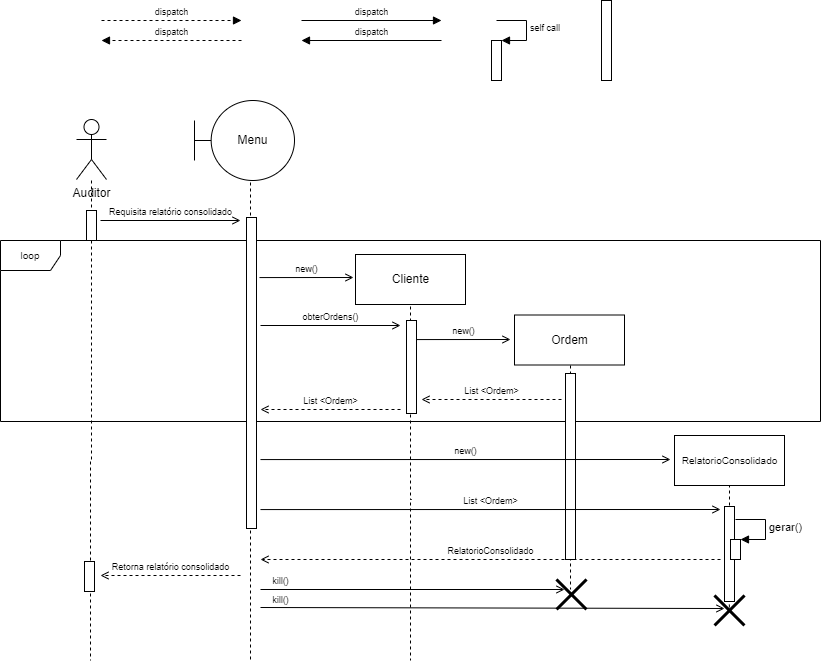
The draw.io diagram MarketDiagramasDeSequencia/MarketSequencia07.drawio.png in EijiDogen/FEI_MDSMarket, before a commit. Source tidied: cells renumbered, new cells last; positions are measured from the earlier drawing's top-left corner, leaving out a move shared by most shapes. Its diagram source:
```xml
<mxGraphModel>
  <root>
    <mxCell id="0" />
    <mxCell id="1" value="Frames" parent="0" />
    <mxCell id="2" value="loop" style="shape=umlFrame;whiteSpace=wrap;html=1;fontSize=10;" parent="1" vertex="1">
      <mxGeometry y="240" width="820" height="181" as="geometry" />
    </mxCell>
    <mxCell id="3" value="Lifeline" parent="0" />
    <mxCell id="4" style="edgeStyle=orthogonalEdgeStyle;rounded=0;orthogonalLoop=1;jettySize=auto;html=1;dashed=1;endArrow=none;endFill=0;" parent="3" edge="1">
      <mxGeometry relative="1" as="geometry">
        <mxPoint x="91" y="180" as="sourcePoint" />
        <mxPoint x="90" y="660" as="targetPoint" />
        <Array as="points">
          <mxPoint x="91" y="460" />
        </Array>
      </mxGeometry>
    </mxCell>
    <mxCell id="5" style="edgeStyle=orthogonalEdgeStyle;rounded=0;orthogonalLoop=1;jettySize=auto;html=1;dashed=1;endArrow=none;endFill=0;anchorPointDirection=1;" parent="3" edge="1">
      <mxGeometry relative="1" as="geometry">
        <mxPoint x="410" y="300" as="sourcePoint" />
        <mxPoint x="410" y="660" as="targetPoint" />
        <Array as="points">
          <mxPoint x="411" y="499" />
          <mxPoint x="411" y="499" />
        </Array>
      </mxGeometry>
    </mxCell>
    <mxCell id="6" style="edgeStyle=orthogonalEdgeStyle;rounded=0;jettySize=auto;html=1;dashed=1;endArrow=none;endFill=0;entryX=0.467;entryY=0.333;entryDx=0;entryDy=0;entryPerimeter=0;" parent="3" edge="1" target="40">
      <mxGeometry relative="1" as="geometry">
        <mxPoint x="570" y="359" as="sourcePoint" />
      </mxGeometry>
    </mxCell>
    <mxCell id="7" value="Cliente" style="html=1;" parent="3" vertex="1">
      <mxGeometry x="355" y="254" width="110" height="50" as="geometry" />
    </mxCell>
    <mxCell id="8" value="Auditor" style="shape=umlActor;verticalLabelPosition=bottom;verticalAlign=top;html=1;" parent="3" vertex="1">
      <mxGeometry x="76" y="119" width="30" height="60" as="geometry" />
    </mxCell>
    <mxCell id="9" style="edgeStyle=orthogonalEdgeStyle;rounded=0;orthogonalLoop=1;jettySize=auto;html=1;endArrow=none;endFill=0;dashed=1;" parent="3" edge="1">
      <mxGeometry relative="1" as="geometry">
        <mxPoint x="250" y="170" as="sourcePoint" />
        <mxPoint x="250" y="660" as="targetPoint" />
        <Array as="points">
          <mxPoint x="250" y="450" />
        </Array>
      </mxGeometry>
    </mxCell>
    <mxCell id="10" value="Ordem" style="html=1;" parent="3" vertex="1">
      <mxGeometry x="514" y="314.5" width="110" height="50" as="geometry" />
    </mxCell>
    <mxCell id="11" style="edgeStyle=orthogonalEdgeStyle;rounded=0;jettySize=auto;html=1;dashed=1;endArrow=none;endFill=0;entryX=0.495;entryY=0.523;entryDx=0;entryDy=0;entryPerimeter=0;" parent="3" edge="1" target="21">
      <mxGeometry relative="1" as="geometry">
        <mxPoint x="729" y="484" as="sourcePoint" />
      </mxGeometry>
    </mxCell>
    <mxCell id="12" value="RelatorioConsolidado" style="html=1;fontSize=10;" parent="3" vertex="1">
      <mxGeometry x="674" y="435" width="110" height="50" as="geometry" />
    </mxCell>
    <mxCell id="13" value="Active" parent="0" />
    <mxCell id="14" style="html=1;perimeter=orthogonalPerimeter;fontSize=9;" parent="13" vertex="1">
      <mxGeometry x="601" width="10" height="80" as="geometry" />
    </mxCell>
    <mxCell id="15" style="html=1;perimeter=orthogonalPerimeter;fontSize=9;" parent="13" vertex="1">
      <mxGeometry x="86" y="210" width="10" height="30" as="geometry" />
    </mxCell>
    <mxCell id="16" style="html=1;perimeter=orthogonalPerimeter;fontSize=9;" parent="13" vertex="1">
      <mxGeometry x="246" y="217" width="10" height="311" as="geometry" />
    </mxCell>
    <mxCell id="17" value="Menu" style="shape=umlBoundary;whiteSpace=wrap;html=1;" parent="13" vertex="1">
      <mxGeometry x="194" y="100" width="100" height="80" as="geometry" />
    </mxCell>
    <mxCell id="18" value="obterOrdens()" style="html=1;verticalAlign=bottom;endArrow=open;rounded=0;fontSize=9;endFill=0;" parent="13" edge="1">
      <mxGeometry relative="1" as="geometry">
        <mxPoint x="260" y="325" as="sourcePoint" />
        <mxPoint x="400" y="325" as="targetPoint" />
      </mxGeometry>
    </mxCell>
    <mxCell id="19" value="List &amp;lt;Ordem&amp;gt;" style="html=1;verticalAlign=bottom;endArrow=open;rounded=0;fontSize=9;dashed=1;endFill=0;" parent="13" edge="1">
      <mxGeometry relative="1" as="geometry">
        <mxPoint x="561" y="399" as="sourcePoint" />
        <mxPoint x="421" y="399" as="targetPoint" />
      </mxGeometry>
    </mxCell>
    <mxCell id="20" value="Retorna relatório consolidado" style="html=1;verticalAlign=bottom;endArrow=open;rounded=0;fontSize=9;dashed=1;endFill=0;" parent="13" edge="1">
      <mxGeometry relative="1" as="geometry">
        <mxPoint x="240" y="575" as="sourcePoint" />
        <mxPoint x="100" y="575" as="targetPoint" />
      </mxGeometry>
    </mxCell>
    <mxCell id="21" style="shape=umlDestroy;whiteSpace=wrap;html=1;strokeWidth=3;" parent="13" vertex="1">
      <mxGeometry x="714" y="595" width="30" height="30" as="geometry" />
    </mxCell>
    <mxCell id="22" value="kill()" style="html=1;verticalAlign=bottom;endArrow=open;rounded=0;fontSize=9;endFill=0;" parent="13" edge="1">
      <mxGeometry x="-0.91" y="-1" relative="1" as="geometry">
        <mxPoint x="260" y="607" as="sourcePoint" />
        <mxPoint x="724" y="608" as="targetPoint" />
      </mxGeometry>
    </mxCell>
    <mxCell id="23" style="html=1;perimeter=orthogonalPerimeter;fontSize=9;" parent="13" vertex="1">
      <mxGeometry x="406" y="320" width="10" height="93" as="geometry" />
    </mxCell>
    <mxCell id="24" style="html=1;perimeter=orthogonalPerimeter;fontSize=9;" parent="13" vertex="1">
      <mxGeometry x="565" y="373" width="10" height="186" as="geometry" />
    </mxCell>
    <mxCell id="25" style="html=1;perimeter=orthogonalPerimeter;fontSize=9;" parent="13" vertex="1">
      <mxGeometry x="724" y="506" width="10" height="95" as="geometry" />
    </mxCell>
    <mxCell id="26" style="html=1;perimeter=orthogonalPerimeter;" parent="13" vertex="1">
      <mxGeometry x="730" y="539" width="10" height="20" as="geometry" />
    </mxCell>
    <mxCell id="27" value="new()" style="html=1;verticalAlign=bottom;endArrow=open;rounded=0;fontSize=9;endFill=0;" parent="13" edge="1">
      <mxGeometry relative="1" as="geometry">
        <mxPoint x="259" y="277.1" as="sourcePoint" />
        <mxPoint x="353" y="277" as="targetPoint" />
      </mxGeometry>
    </mxCell>
    <mxCell id="28" value="Messages" parent="0" />
    <mxCell id="29" value="Requisita relatório consolidado" style="html=1;verticalAlign=bottom;endArrow=open;rounded=0;fontSize=9;endFill=0;" parent="28" edge="1">
      <mxGeometry relative="1" as="geometry">
        <mxPoint x="100" y="220" as="sourcePoint" />
        <mxPoint x="240" y="220" as="targetPoint" />
      </mxGeometry>
    </mxCell>
    <mxCell id="30" value="dispatch" style="html=1;verticalAlign=bottom;endArrow=block;rounded=0;fontSize=9;" parent="28" edge="1">
      <mxGeometry relative="1" as="geometry">
        <mxPoint x="301" y="20" as="sourcePoint" />
        <mxPoint x="441" y="20" as="targetPoint" />
      </mxGeometry>
    </mxCell>
    <mxCell id="31" value="dispatch" style="html=1;verticalAlign=bottom;endArrow=block;rounded=0;dashed=1;fontSize=9;" parent="28" edge="1">
      <mxGeometry relative="1" as="geometry">
        <mxPoint x="101" y="20" as="sourcePoint" />
        <mxPoint x="241" y="20" as="targetPoint" />
      </mxGeometry>
    </mxCell>
    <mxCell id="32" value="dispatch" style="html=1;verticalAlign=bottom;endArrow=block;rounded=0;fontSize=9;" parent="28" edge="1">
      <mxGeometry relative="1" as="geometry">
        <mxPoint x="441" y="40" as="sourcePoint" />
        <mxPoint x="301" y="40" as="targetPoint" />
      </mxGeometry>
    </mxCell>
    <mxCell id="33" value="dispatch" style="html=1;verticalAlign=bottom;endArrow=block;rounded=0;dashed=1;fontSize=9;" parent="28" edge="1">
      <mxGeometry relative="1" as="geometry">
        <mxPoint x="241" y="40" as="sourcePoint" />
        <mxPoint x="101" y="40" as="targetPoint" />
      </mxGeometry>
    </mxCell>
    <mxCell id="34" style="html=1;points=[];perimeter=orthogonalPerimeter;fontSize=9;" parent="28" vertex="1">
      <mxGeometry x="491" y="40" width="10" height="40" as="geometry" />
    </mxCell>
    <mxCell id="35" value="self call" style="edgeStyle=orthogonalEdgeStyle;html=1;align=left;spacingLeft=2;endArrow=block;rounded=0;entryX=1;entryY=0;fontSize=9;" parent="28" edge="1" target="34">
      <mxGeometry relative="1" as="geometry">
        <mxPoint x="496" y="20" as="sourcePoint" />
        <Array as="points">
          <mxPoint x="526" y="20" />
        </Array>
      </mxGeometry>
    </mxCell>
    <mxCell id="36" value="new()" style="html=1;verticalAlign=bottom;endArrow=open;rounded=0;fontSize=9;endFill=0;" parent="28" edge="1">
      <mxGeometry relative="1" as="geometry">
        <mxPoint x="416" y="339.1" as="sourcePoint" />
        <mxPoint x="510" y="339" as="targetPoint" />
      </mxGeometry>
    </mxCell>
    <mxCell id="37" value="List &amp;lt;Ordem&amp;gt;" style="html=1;verticalAlign=bottom;endArrow=open;rounded=0;fontSize=9;dashed=1;endFill=0;" parent="28" edge="1">
      <mxGeometry relative="1" as="geometry">
        <mxPoint x="400" y="409" as="sourcePoint" />
        <mxPoint x="260" y="409" as="targetPoint" />
      </mxGeometry>
    </mxCell>
    <mxCell id="38" style="html=1;perimeter=orthogonalPerimeter;fontSize=9;" parent="28" vertex="1">
      <mxGeometry x="84" y="561" width="10" height="30" as="geometry" />
    </mxCell>
    <mxCell id="39" value="kill()" style="html=1;verticalAlign=bottom;endArrow=open;rounded=0;fontSize=9;endFill=0;" parent="28" edge="1">
      <mxGeometry x="-0.87" relative="1" as="geometry">
        <mxPoint x="260" y="589" as="sourcePoint" />
        <mxPoint x="564" y="589" as="targetPoint" />
      </mxGeometry>
    </mxCell>
    <mxCell id="40" style="shape=umlDestroy;whiteSpace=wrap;html=1;strokeWidth=3;" parent="28" vertex="1">
      <mxGeometry x="556" y="579" width="30" height="30" as="geometry" />
    </mxCell>
    <mxCell id="41" value="new()" style="html=1;verticalAlign=bottom;endArrow=open;rounded=0;fontSize=9;endFill=0;" parent="28" edge="1">
      <mxGeometry relative="1" as="geometry">
        <mxPoint x="260" y="459.1" as="sourcePoint" />
        <mxPoint x="670" y="459" as="targetPoint" />
      </mxGeometry>
    </mxCell>
    <mxCell id="42" value="List &amp;lt;Ordem&amp;gt;" style="html=1;verticalAlign=bottom;endArrow=open;rounded=0;fontSize=9;endFill=0;" parent="28" edge="1">
      <mxGeometry relative="1" as="geometry">
        <mxPoint x="260" y="509.1" as="sourcePoint" />
        <mxPoint x="720" y="509" as="targetPoint" />
      </mxGeometry>
    </mxCell>
    <mxCell id="43" value="RelatorioConsolidado" style="html=1;verticalAlign=bottom;endArrow=open;rounded=0;fontSize=9;dashed=1;endFill=0;" parent="28" edge="1">
      <mxGeometry relative="1" as="geometry">
        <mxPoint x="720" y="559" as="sourcePoint" />
        <mxPoint x="260" y="559" as="targetPoint" />
      </mxGeometry>
    </mxCell>
    <mxCell id="44" value="gerar()" style="edgeStyle=orthogonalEdgeStyle;html=1;align=left;spacingLeft=2;endArrow=block;rounded=0;entryX=1;entryY=0;" parent="28" edge="1">
      <mxGeometry relative="1" as="geometry">
        <mxPoint x="735" y="519" as="sourcePoint" />
        <mxPoint x="740" y="539" as="targetPoint" />
        <Array as="points">
          <mxPoint x="765" y="519" />
        </Array>
      </mxGeometry>
    </mxCell>
  </root>
</mxGraphModel>
```
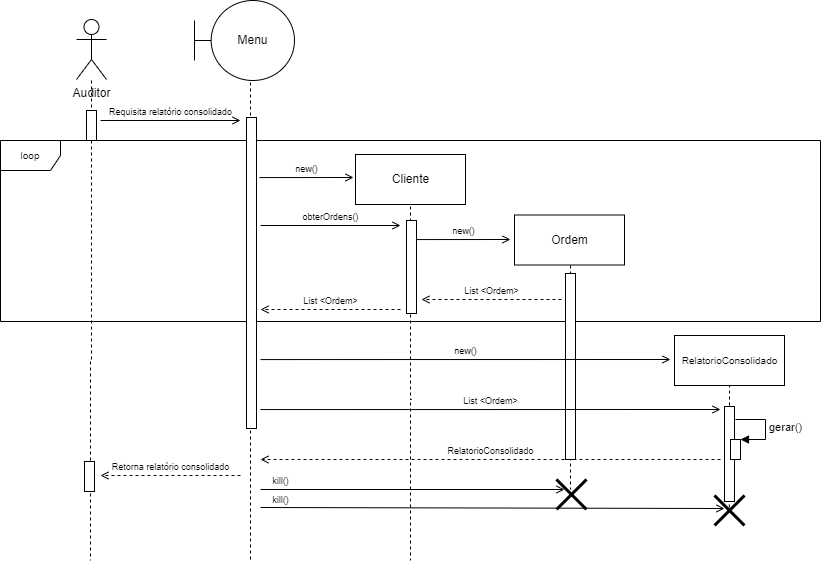
After the commit.

What changed in the source:
```diff
@@ -57,9 +57,6 @@
       <mxGeometry x="674" y="435" width="110" height="50" as="geometry" />
     </mxCell>
     <mxCell id="13" value="Active" parent="0" />
-    <mxCell id="14" style="html=1;perimeter=orthogonalPerimeter;fontSize=9;" parent="13" vertex="1">
-      <mxGeometry x="601" width="10" height="80" as="geometry" />
-    </mxCell>
     <mxCell id="15" style="html=1;perimeter=orthogonalPerimeter;fontSize=9;" parent="13" vertex="1">
       <mxGeometry x="86" y="210" width="10" height="30" as="geometry" />
     </mxCell>
@@ -121,41 +118,6 @@
         <mxPoint x="240" y="220" as="targetPoint" />
       </mxGeometry>
     </mxCell>
-    <mxCell id="30" value="dispatch" style="html=1;verticalAlign=bottom;endArrow=block;rounded=0;fontSize=9;" parent="28" edge="1">
-      <mxGeometry relative="1" as="geometry">
-        <mxPoint x="301" y="20" as="sourcePoint" />
-        <mxPoint x="441" y="20" as="targetPoint" />
-      </mxGeometry>
-    </mxCell>
-    <mxCell id="31" value="dispatch" style="html=1;verticalAlign=bottom;endArrow=block;rounded=0;dashed=1;fontSize=9;" parent="28" edge="1">
-      <mxGeometry relative="1" as="geometry">
-        <mxPoint x="101" y="20" as="sourcePoint" />
-        <mxPoint x="241" y="20" as="targetPoint" />
-      </mxGeometry>
-    </mxCell>
-    <mxCell id="32" value="dispatch" style="html=1;verticalAlign=bottom;endArrow=block;rounded=0;fontSize=9;" parent="28" edge="1">
-      <mxGeometry relative="1" as="geometry">
-        <mxPoint x="441" y="40" as="sourcePoint" />
-        <mxPoint x="301" y="40" as="targetPoint" />
-      </mxGeometry>
-    </mxCell>
-    <mxCell id="33" value="dispatch" style="html=1;verticalAlign=bottom;endArrow=block;rounded=0;dashed=1;fontSize=9;" parent="28" edge="1">
-      <mxGeometry relative="1" as="geometry">
-        <mxPoint x="241" y="40" as="sourcePoint" />
-        <mxPoint x="101" y="40" as="targetPoint" />
-      </mxGeometry>
-    </mxCell>
-    <mxCell id="34" style="html=1;points=[];perimeter=orthogonalPerimeter;fontSize=9;" parent="28" vertex="1">
-      <mxGeometry x="491" y="40" width="10" height="40" as="geometry" />
-    </mxCell>
-    <mxCell id="35" value="self call" style="edgeStyle=orthogonalEdgeStyle;html=1;align=left;spacingLeft=2;endArrow=block;rounded=0;entryX=1;entryY=0;fontSize=9;" parent="28" edge="1" target="34">
-      <mxGeometry relative="1" as="geometry">
-        <mxPoint x="496" y="20" as="sourcePoint" />
-        <Array as="points">
-          <mxPoint x="526" y="20" />
-        </Array>
-      </mxGeometry>
-    </mxCell>
     <mxCell id="36" value="new()" style="html=1;verticalAlign=bottom;endArrow=open;rounded=0;fontSize=9;endFill=0;" parent="28" edge="1">
       <mxGeometry relative="1" as="geometry">
         <mxPoint x="416" y="339.1" as="sourcePoint" />
```
